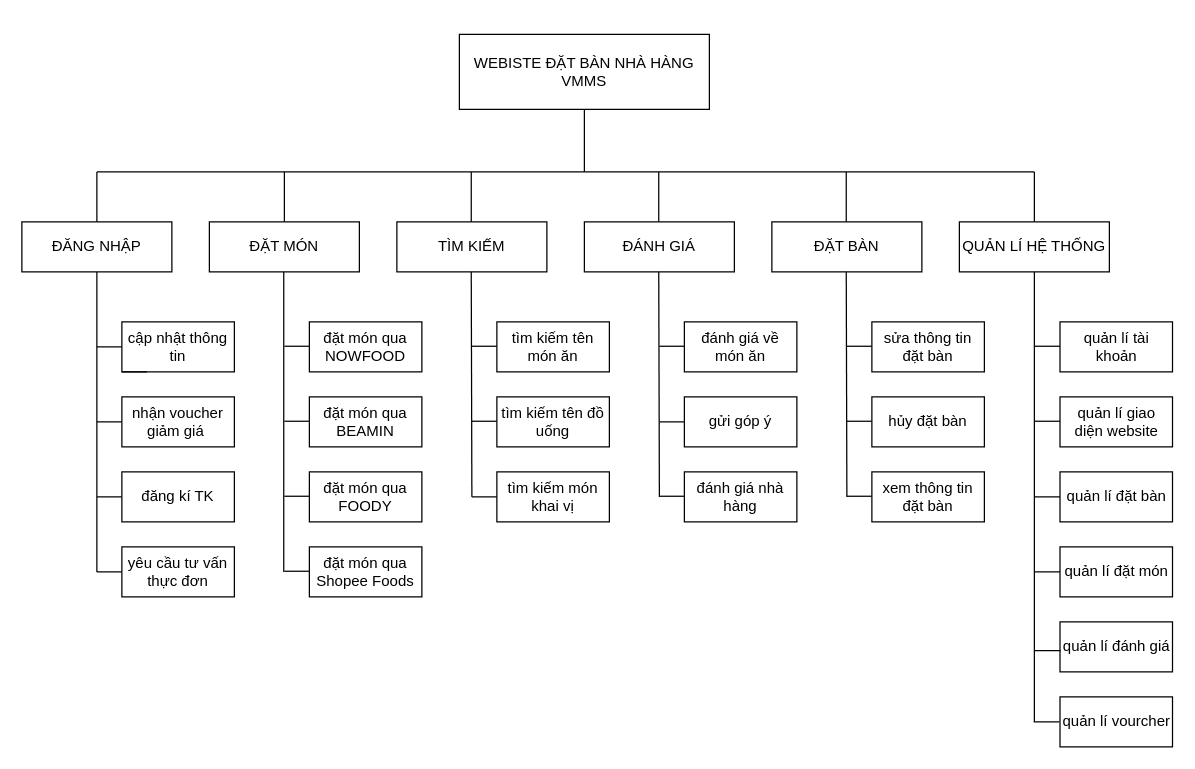
Before: page "sơ đồ phân rã chức năng" (3 of 11) of Biểu đồ không có tiêu đề.drawio in trucka312/diagram, a draw.io diagram. Source tidied: cells renumbered, new cells numbered last; positions are measured from the earlier drawing's top-left corner, leaving out a move shared by most shapes. Both pictures are drawn from the tidied source at 125%, with x=0, y=0 at pixel (21, 34).
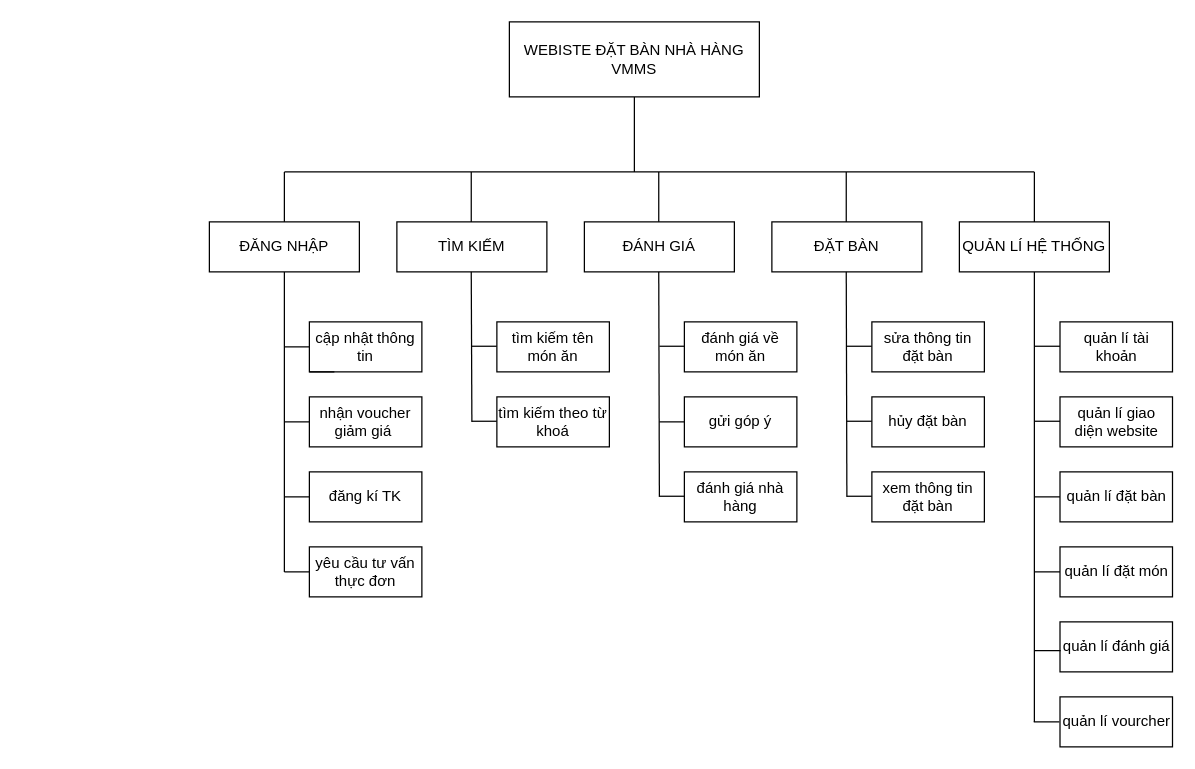
The same diagram, later.

The edit, as a diff of the source:
```diff
@@
     <mxCell id="2" value="WEBISTE ĐẶT BÀN NHÀ HÀNG VMMS" style="rounded=0;whiteSpace=wrap;html=1;" parent="1" vertex="1">
-      <mxGeometry x="350" width="200" height="60" as="geometry" />
+      <mxGeometry x="390" y="-10" width="200" height="60" as="geometry" />
     </mxCell>
     <mxCell id="3" style="endArrow=none;html=1;rounded=0;entryX=0.5;entryY=1;entryDx=0;entryDy=0;" parent="1" edge="1" target="2">
       <mxGeometry relative="1" as="geometry">
-        <mxPoint x="450" y="110" as="sourcePoint" />
+        <mxPoint x="490" y="110" as="sourcePoint" />
       </mxGeometry>
     </mxCell>
     <mxCell id="4" style="endArrow=none;html=1;rounded=0;" parent="1" edge="1">
       <mxGeometry relative="1" as="geometry">
-        <mxPoint x="60" y="110" as="sourcePoint" />
+        <mxPoint x="210" y="110" as="sourcePoint" />
         <mxPoint x="810" y="110" as="targetPoint" />
       </mxGeometry>
     </mxCell>
     <mxCell id="5" style="endArrow=none;html=1;rounded=0;" parent="1" edge="1">
       <mxGeometry relative="1" as="geometry">
-        <mxPoint x="60" y="150" as="sourcePoint" />
-        <mxPoint x="60" y="110" as="targetPoint" />
+        <mxPoint x="210" y="150" as="sourcePoint" />
+        <mxPoint x="210" y="110" as="targetPoint" />
       </mxGeometry>
     </mxCell>
-    <mxCell id="6" style="endArrow=none;html=1;rounded=0;" parent="1" edge="1">
-      <mxGeometry relative="1" as="geometry">
-        <mxPoint x="210" y="150" as="sourcePoint" />
-        <mxPoint x="210" y="110" as="targetPoint" />
-      </mxGeometry>
-    </mxCell>
     <mxCell id="7" value="ĐĂNG NHẬP" style="rounded=0;whiteSpace=wrap;html=1;" parent="1" vertex="1">
-      <mxGeometry y="150" width="120" height="40" as="geometry" />
+      <mxGeometry x="150" y="150" width="120" height="40" as="geometry" />
     </mxCell>
-    <mxCell id="8" value="ĐẶT MÓN" style="rounded=0;whiteSpace=wrap;html=1;" parent="1" vertex="1">
-      <mxGeometry x="150" y="150" width="120" height="40" as="geometry" />
-    </mxCell>
@@
     <mxCell id="17" style="endArrow=none;html=1;rounded=0;entryX=0.5;entryY=1;entryDx=0;entryDy=0;" parent="1" edge="1" target="7">
       <mxGeometry relative="1" as="geometry">
-        <mxPoint x="60" y="430" as="sourcePoint" />
+        <mxPoint x="210" y="430" as="sourcePoint" />
       </mxGeometry>
     </mxCell>
     <mxCell id="18" style="endArrow=none;html=1;rounded=0;" parent="1" edge="1">
       <mxGeometry relative="1" as="geometry">
-        <mxPoint x="60" y="250" as="sourcePoint" />
-        <mxPoint x="80" y="250" as="targetPoint" />
+        <mxPoint x="210" y="250" as="sourcePoint" />
+        <mxPoint x="230" y="250" as="targetPoint" />
       </mxGeometry>
     </mxCell>
     <mxCell id="19" value="cập nhật thông tin" style="rounded=0;whiteSpace=wrap;html=1;" parent="1" vertex="1">
-      <mxGeometry x="80" y="230" width="90" height="40" as="geometry" />
+      <mxGeometry x="230" y="230" width="90" height="40" as="geometry" />
     </mxCell>
     <mxCell id="20" style="endArrow=none;html=1;rounded=0;" parent="1" edge="1">
       <mxGeometry relative="1" as="geometry">
-        <mxPoint x="60" y="310" as="sourcePoint" />
-        <mxPoint x="80" y="310" as="targetPoint" />
+        <mxPoint x="210" y="310" as="sourcePoint" />
+        <mxPoint x="230" y="310" as="targetPoint" />
       </mxGeometry>
     </mxCell>
     <mxCell id="21" style="endArrow=none;html=1;rounded=0;" parent="1" edge="1">
       <mxGeometry relative="1" as="geometry">
-        <mxPoint x="80" y="270" as="sourcePoint" />
-        <mxPoint x="100" y="270" as="targetPoint" />
+        <mxPoint x="230" y="270" as="sourcePoint" />
+        <mxPoint x="250" y="270" as="targetPoint" />
       </mxGeometry>
     </mxCell>
     <mxCell id="22" style="endArrow=none;html=1;rounded=0;" parent="1" edge="1">
       <mxGeometry relative="1" as="geometry">
-        <mxPoint x="60" y="370" as="sourcePoint" />
-        <mxPoint x="80" y="370" as="targetPoint" />
+        <mxPoint x="210" y="370" as="sourcePoint" />
+        <mxPoint x="230" y="370" as="targetPoint" />
       </mxGeometry>
     </mxCell>
     <mxCell id="23" value="nhận voucher giảm giá&amp;nbsp;" style="rounded=0;whiteSpace=wrap;html=1;" parent="1" vertex="1">
-      <mxGeometry x="80" y="290" width="90" height="40" as="geometry" />
+      <mxGeometry x="230" y="290" width="90" height="40" as="geometry" />
     </mxCell>
     <mxCell id="24" value="đăng kí TK" style="rounded=0;whiteSpace=wrap;html=1;" parent="1" vertex="1">
-      <mxGeometry x="80" y="350" width="90" height="40" as="geometry" />
+      <mxGeometry x="230" y="350" width="90" height="40" as="geometry" />
     </mxCell>
-    <mxCell id="25" style="endArrow=none;html=1;rounded=0;entryX=0.5;entryY=1;entryDx=0;entryDy=0;" parent="1" edge="1">
-      <mxGeometry relative="1" as="geometry">
-        <mxPoint x="209.5" y="430" as="sourcePoint" />
-        <mxPoint x="209.5" y="190" as="targetPoint" />
-      </mxGeometry>
-    </mxCell>
-    <mxCell id="26" style="endArrow=none;html=1;rounded=0;" parent="1" edge="1">
-      <mxGeometry relative="1" as="geometry">
-        <mxPoint x="210" y="249.5" as="sourcePoint" />
-        <mxPoint x="230" y="249.5" as="targetPoint" />
-      </mxGeometry>
-    </mxCell>
-    <mxCell id="27" value="đặt món qua NOWFOOD" style="rounded=0;whiteSpace=wrap;html=1;" parent="1" vertex="1">
-      <mxGeometry x="230" y="230" width="90" height="40" as="geometry" />
-    </mxCell>
-    <mxCell id="28" style="endArrow=none;html=1;rounded=0;" parent="1" edge="1">
-      <mxGeometry relative="1" as="geometry">
-        <mxPoint x="210" y="309.5" as="sourcePoint" />
-        <mxPoint x="230" y="309.5" as="targetPoint" />
-      </mxGeometry>
-    </mxCell>
-    <mxCell id="29" style="endArrow=none;html=1;rounded=0;" parent="1" edge="1">
-      <mxGeometry relative="1" as="geometry">
-        <mxPoint x="210" y="429.5" as="sourcePoint" />
-        <mxPoint x="230" y="429.5" as="targetPoint" />
-      </mxGeometry>
-    </mxCell>
-    <mxCell id="30" style="endArrow=none;html=1;rounded=0;" parent="1" edge="1">
-      <mxGeometry relative="1" as="geometry">
-        <mxPoint x="210" y="369.5" as="sourcePoint" />
-        <mxPoint x="230" y="369.5" as="targetPoint" />
-      </mxGeometry>
-    </mxCell>
-    <mxCell id="31" value="đặt món qua BEAMIN" style="rounded=0;whiteSpace=wrap;html=1;" parent="1" vertex="1">
-      <mxGeometry x="230" y="290" width="90" height="40" as="geometry" />
-    </mxCell>
-    <mxCell id="32" value="đặt món qua FOODY" style="rounded=0;whiteSpace=wrap;html=1;" parent="1" vertex="1">
-      <mxGeometry x="230" y="350" width="90" height="40" as="geometry" />
-    </mxCell>
-    <mxCell id="33" value="đặt món qua Shopee Foods" style="rounded=0;whiteSpace=wrap;html=1;" parent="1" vertex="1">
-      <mxGeometry x="230" y="410" width="90" height="40" as="geometry" />
-    </mxCell>
     <mxCell id="34" style="endArrow=none;html=1;rounded=0;entryX=0.5;entryY=1;entryDx=0;entryDy=0;" parent="1" edge="1">
       <mxGeometry relative="1" as="geometry">
-        <mxPoint x="360" y="370" as="sourcePoint" />
+        <mxPoint x="360" y="310" as="sourcePoint" />
         <mxPoint x="359.5" y="190" as="targetPoint" />
       </mxGeometry>
     </mxCell>
@@
-    <mxCell id="36" style="endArrow=none;html=1;rounded=0;" parent="1" edge="1">
-      <mxGeometry relative="1" as="geometry">
-        <mxPoint x="360" y="370" as="sourcePoint" />
-        <mxPoint x="380" y="370" as="targetPoint" />
-      </mxGeometry>
-    </mxCell>
@@
-    <mxCell id="49" value="tìm kiếm món khai vị" style="rounded=0;whiteSpace=wrap;html=1;" parent="1" vertex="1">
-      <mxGeometry x="380" y="350" width="90" height="40" as="geometry" />
-    </mxCell>
-    <mxCell id="50" value="tìm kiếm tên đồ uống" style="rounded=0;whiteSpace=wrap;html=1;" parent="1" vertex="1">
+    <mxCell id="50" value="tìm kiếm theo từ khoá" style="rounded=0;whiteSpace=wrap;html=1;" parent="1" vertex="1">
       <mxGeometry x="380" y="290" width="90" height="40" as="geometry" />
     </mxCell>
@@
     <mxCell id="62" value="yêu cầu tư vấn thực đơn" style="rounded=0;whiteSpace=wrap;html=1;" parent="1" vertex="1">
-      <mxGeometry x="80" y="410" width="90" height="40" as="geometry" />
+      <mxGeometry x="230" y="410" width="90" height="40" as="geometry" />
     </mxCell>
     <mxCell id="63" style="endArrow=none;html=1;rounded=0;entryX=0;entryY=0.5;entryDx=0;entryDy=0;" parent="1" edge="1" target="62">
       <mxGeometry relative="1" as="geometry">
-        <mxPoint x="60" y="430" as="sourcePoint" />
+        <mxPoint x="210" y="430" as="sourcePoint" />
       </mxGeometry>
     </mxCell>
```
